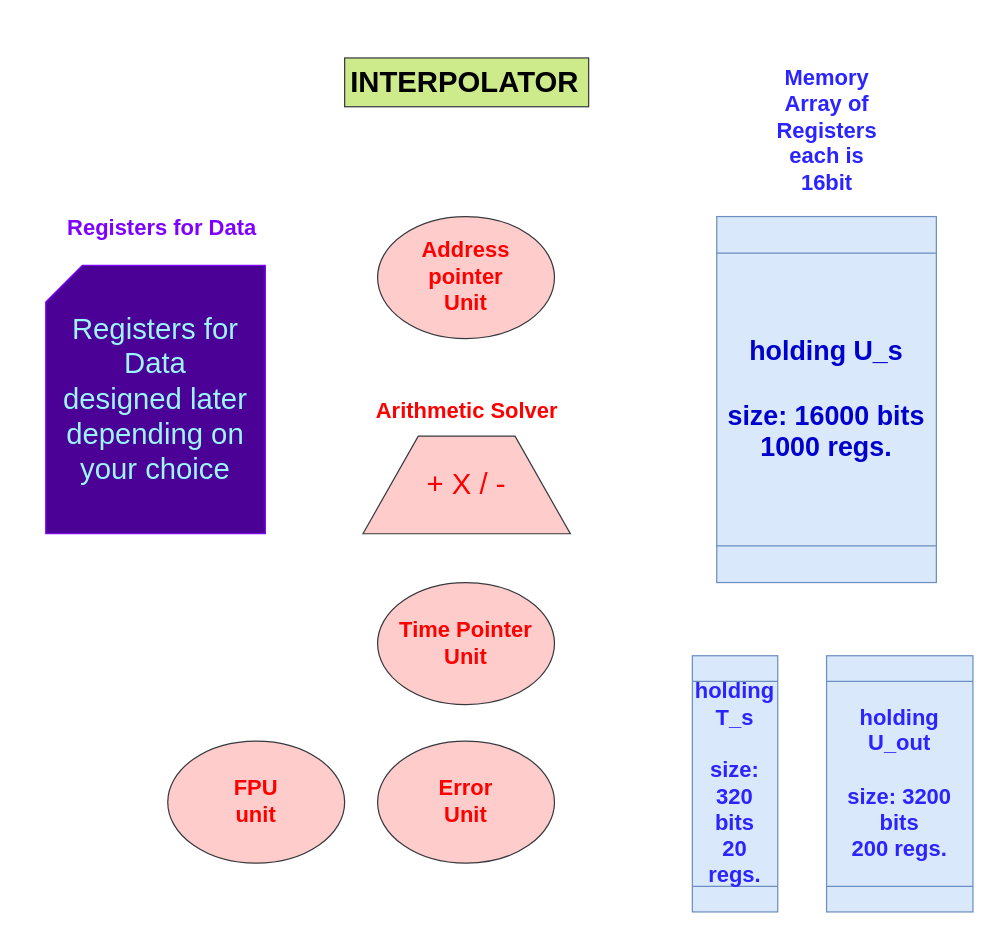
The draw.io diagram page "Page-1" (1 of 3) of 3 modules.drawio in mido3ds/ode-solver-chip, before the edit. Source tidied: cells renumbered, new cells numbered last; positions are measured from the earlier drawing's top-left corner, leaving out a move shared by most shapes. Both pictures are drawn from the tidied source at 122%, with x=0, y=0 at pixel (45, 57).
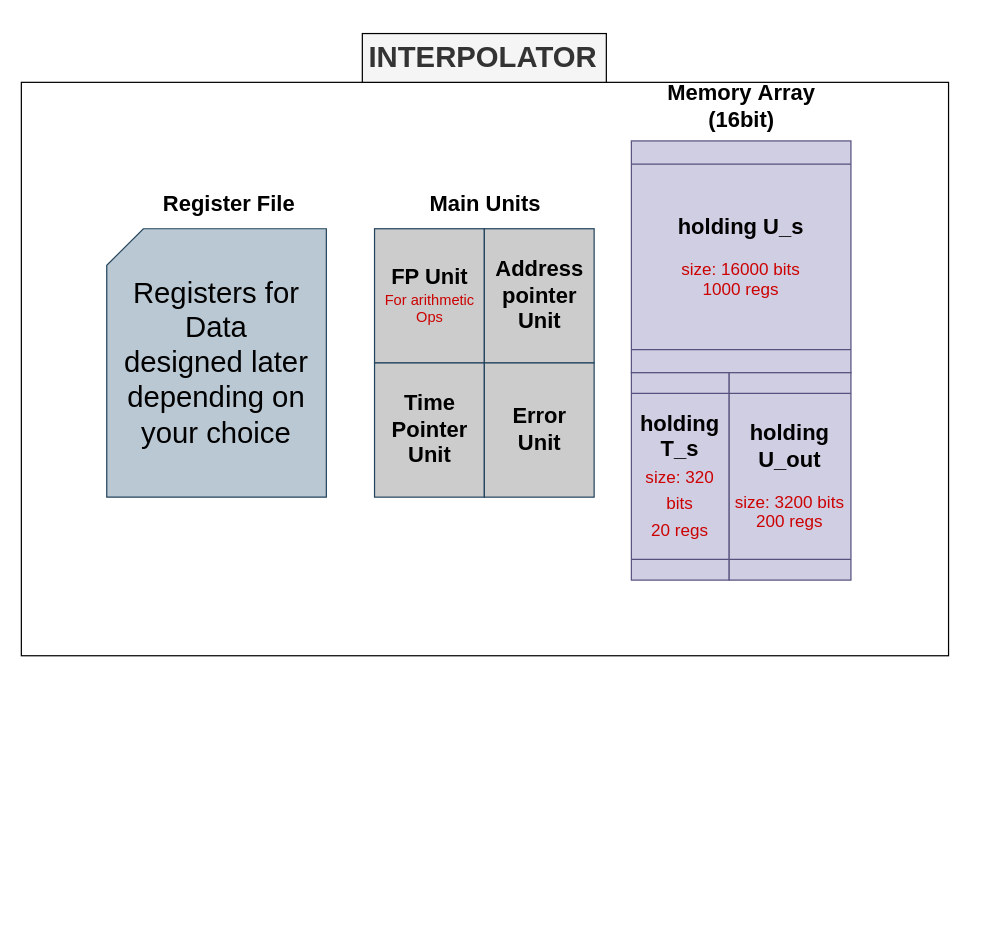
The same page after the edit.

The edit, as a diff of the source:
```diff
@@
 <mxGraphModel>
   <root>
     <mxCell id="0" />
     <mxCell id="1" parent="0" />
+    <mxCell id="16" style="rounded=0;whiteSpace=wrap;html=1;shadow=0;fillColor=none;" parent="1" vertex="1">
+      <mxGeometry x="-20" y="20" width="760" height="470" as="geometry" />
+    </mxCell>
-    <mxCell id="2" value="&lt;h1&gt;INTERPOLATOR&lt;/h1&gt;" style="text;html=1;strokeColor=#36393d;fillColor=#cdeb8b;spacing=5;spacingTop=-20;whiteSpace=wrap;overflow=hidden;rounded=0;fontStyle=1;" parent="1" vertex="1">
-      <mxGeometry x="245" width="200" height="40" as="geometry" />
+    <mxCell id="2" value="&lt;h1&gt;INTERPOLATOR&lt;/h1&gt;" style="text;html=1;spacing=5;spacingTop=-20;whiteSpace=wrap;overflow=hidden;rounded=0;fontStyle=1;fillColor=#f5f5f5;strokeColor=#000000;fontColor=#333333;" parent="1" vertex="1">
+      <mxGeometry x="259.5" y="-20" width="200" height="40" as="geometry" />
     </mxCell>
-    <mxCell id="3" value="&lt;span style=&quot;color: rgb(0 , 0 , 204) ; font-size: 22px&quot;&gt;holding U_s&lt;br&gt;&lt;br&gt;size: 16000 bits&lt;br&gt;1000 regs.&lt;br&gt;&lt;/span&gt;" style="shape=process;whiteSpace=wrap;html=1;backgroundOutline=1;direction=south;fillColor=#dae8fc;strokeColor=#6c8ebf;fontStyle=1;" parent="1" vertex="1">
-      <mxGeometry x="550" y="130" width="180" height="300" as="geometry" />
+    <mxCell id="3" value="&lt;font style=&quot;font-size: 18px&quot;&gt;holding U_s&lt;/font&gt;&lt;br&gt;&lt;br&gt;&lt;span style=&quot;font-size: 14px ; font-weight: normal&quot;&gt;&lt;font color=&quot;#cc0000&quot;&gt;size: 16000 bits&lt;br&gt;1000 regs&lt;/font&gt;&lt;/span&gt;" style="shape=process;whiteSpace=wrap;html=1;backgroundOutline=1;direction=south;fillColor=#d0cee2;strokeColor=#56517e;fontStyle=1;" parent="1" vertex="1">
+      <mxGeometry x="480" y="68" width="180" height="190" as="geometry" />
     </mxCell>
-    <mxCell id="4" value="&lt;font style=&quot;font-size: 18px&quot;&gt;&lt;font color=&quot;#2b24ff&quot;&gt;Memory&lt;br&gt;&lt;/font&gt;&lt;span style=&quot;color: rgb(43 , 36 , 255) ; white-space: normal&quot;&gt;Array of&lt;/span&gt;&lt;br style=&quot;color: rgb(43 , 36 , 255) ; white-space: normal&quot;&gt;&lt;span style=&quot;color: rgb(43 , 36 , 255) ; white-space: normal&quot;&gt;Registers&lt;/span&gt;&lt;br style=&quot;color: rgb(43 , 36 , 255) ; white-space: normal&quot;&gt;&lt;span style=&quot;color: rgb(43 , 36 , 255) ; white-space: normal&quot;&gt;each is 16bit&lt;/span&gt;&lt;/font&gt;" style="text;html=1;align=center;verticalAlign=middle;fontStyle=1;" parent="1" vertex="1">
-      <mxGeometry x="580" y="25" width="120" height="70" as="geometry" />
+    <mxCell id="4" value="&lt;font style=&quot;font-size: 18px&quot;&gt;Memory&amp;nbsp;&lt;span style=&quot;white-space: normal&quot;&gt;Array (&lt;/span&gt;&lt;span style=&quot;white-space: normal&quot;&gt;16bit)&lt;/span&gt;&lt;/font&gt;" style="text;html=1;align=center;verticalAlign=middle;fontStyle=1;" parent="1" vertex="1">
+      <mxGeometry x="470" y="30" width="200" height="20" as="geometry" />
     </mxCell>
-    <mxCell id="5" value="&lt;font style=&quot;font-size: 24px ; font-weight: normal&quot; color=&quot;#ff0000&quot;&gt;+ X / -&lt;/font&gt;" style="shape=trapezoid;perimeter=trapezoidPerimeter;whiteSpace=wrap;html=1;size=0.26666666666666666;fillColor=#ffcccc;strokeColor=#36393d;fontStyle=1;" parent="1" vertex="1">
-      <mxGeometry x="260" y="310" width="170" height="80" as="geometry" />
-    </mxCell>
-    <mxCell id="6" value="&lt;font style=&quot;font-size: 18px&quot; color=&quot;#ff0000&quot;&gt;Arithmetic Solver&lt;/font&gt;" style="text;html=1;align=center;verticalAlign=middle;fontStyle=1;" parent="1" vertex="1">
-      <mxGeometry x="265" y="280" width="160" height="20" as="geometry" />
-    </mxCell>
-    <mxCell id="7" value="&lt;font style=&quot;font-size: 18px&quot; color=&quot;#7f00ff&quot;&gt;Registers for Data&lt;/font&gt;" style="text;html=1;align=center;verticalAlign=middle;fontStyle=1;" parent="1" vertex="1">
-      <mxGeometry x="10" y="130" width="170" height="20" as="geometry" />
+    <mxCell id="7" value="&lt;font style=&quot;font-size: 18px&quot;&gt;Register File&lt;/font&gt;" style="text;html=1;align=center;verticalAlign=middle;fontStyle=1;" parent="1" vertex="1">
+      <mxGeometry x="90" y="110" width="120" height="20" as="geometry" />
     </mxCell>
-    <mxCell id="8" value="&lt;font style=&quot;font-size: 18px&quot; color=&quot;#2b24ff&quot;&gt;holding U_out&lt;br&gt;&lt;br&gt;size: 3200 bits&lt;br&gt;200 regs.&lt;br&gt;&lt;/font&gt;" style="shape=process;whiteSpace=wrap;html=1;backgroundOutline=1;direction=south;fillColor=#dae8fc;strokeColor=#6c8ebf;fontStyle=1;" parent="1" vertex="1">
-      <mxGeometry x="640" y="490" width="120" height="210" as="geometry" />
+    <mxCell id="8" value="&lt;font&gt;&lt;font style=&quot;font-size: 18px&quot;&gt;holding U_out&lt;/font&gt;&lt;br&gt;&lt;br&gt;&lt;font color=&quot;#cc0000&quot; style=&quot;font-size: 14px ; font-weight: normal&quot;&gt;size: 3200 bits&lt;br&gt;200 regs&lt;/font&gt;&lt;br&gt;&lt;/font&gt;" style="shape=process;whiteSpace=wrap;html=1;backgroundOutline=1;direction=south;fillColor=#d0cee2;strokeColor=#56517e;fontStyle=1;" parent="1" vertex="1">
+      <mxGeometry x="560" y="258" width="100" height="170" as="geometry" />
     </mxCell>
-    <mxCell id="9" style="edgeStyle=orthogonalEdgeStyle;rounded=0;orthogonalLoop=1;jettySize=auto;html=1;exitX=0.5;exitY=1;exitDx=0;exitDy=0;fontStyle=1;" parent="1" edge="1" source="5" target="5">
-      <mxGeometry relative="1" as="geometry" />
+    <mxCell id="9" style="edgeStyle=orthogonalEdgeStyle;rounded=0;orthogonalLoop=1;jettySize=auto;html=1;exitX=0.5;exitY=1;exitDx=0;exitDy=0;fontStyle=1;" parent="1" edge="1">
+      <mxGeometry relative="1" as="geometry">
+        <mxPoint x="344.5" y="390" as="sourcePoint" />
+        <mxPoint x="344.5" y="390" as="targetPoint" />
+      </mxGeometry>
     </mxCell>
+    <mxCell id="11" value="&lt;font style=&quot;font-size: 18px&quot;&gt;&lt;span&gt;holding T_s&lt;br&gt;&lt;font color=&quot;#cc0000&quot; style=&quot;font-weight: normal ; font-size: 14px&quot;&gt;size: 320&lt;br&gt;bits&lt;br&gt;20 regs&lt;/font&gt;&lt;/span&gt;&lt;br&gt;&lt;/font&gt;" style="shape=process;whiteSpace=wrap;html=1;backgroundOutline=1;direction=south;fillColor=#d0cee2;strokeColor=#56517e;fontStyle=1;" parent="1" vertex="1">
+      <mxGeometry x="480" y="258" width="80" height="170" as="geometry" />
+    </mxCell>
+    <mxCell id="13" value="&lt;font&gt;&lt;font style=&quot;font-size: 24px&quot;&gt;Registers for Data&lt;br&gt;designed later&lt;br&gt;depending on your choice&lt;/font&gt;&lt;br&gt;&lt;/font&gt;" style="shape=card;whiteSpace=wrap;html=1;strokeColor=#23445d;fillColor=#bac8d3;" parent="1" vertex="1">
+      <mxGeometry x="50" y="140" width="180" height="220" as="geometry" />
+    </mxCell>
+    <mxCell id="17" value="&lt;b style=&quot;font-size: 18px&quot;&gt;FP Unit&lt;/b&gt;&lt;br&gt;&lt;font style=&quot;font-size: 12px&quot; color=&quot;#cc0000&quot;&gt;For arithmetic Ops&lt;/font&gt;" style="rounded=0;whiteSpace=wrap;html=1;shadow=0;fillColor=#CCCCCC;strokeColor=#23445d;" parent="1" vertex="1">
+      <mxGeometry x="269.5" y="140" width="90" height="110" as="geometry" />
+    </mxCell>
+    <mxCell id="12" value="&lt;span style=&quot;font-size: 18px ; font-weight: 700&quot;&gt;Time Pointer&lt;/span&gt;&lt;br style=&quot;font-size: 18px ; font-weight: 700&quot;&gt;&lt;span style=&quot;font-size: 18px ; font-weight: 700&quot;&gt;Unit&lt;/span&gt;" style="rounded=0;whiteSpace=wrap;html=1;shadow=0;fillColor=#CCCCCC;strokeColor=#23445d;" parent="1" vertex="1">
+      <mxGeometry x="269.5" y="250" width="90" height="110" as="geometry" />
+    </mxCell>
-    <mxCell id="10" value="&lt;font style=&quot;font-size: 18px&quot;&gt;&lt;font color=&quot;#ff0000&quot;&gt;Address&lt;br&gt;pointer&lt;br&gt;Unit&lt;/font&gt;&lt;br&gt;&lt;/font&gt;" style="ellipse;whiteSpace=wrap;html=1;strokeColor=#36393d;fillColor=#ffcccc;fontStyle=1;" parent="1" vertex="1">
-      <mxGeometry x="272" y="130" width="145" height="100" as="geometry" />
+    <mxCell id="10" value="&lt;span style=&quot;font-size: 18px ; font-weight: 700&quot;&gt;Address&lt;/span&gt;&lt;br style=&quot;font-size: 18px ; font-weight: 700&quot;&gt;&lt;span style=&quot;font-size: 18px ; font-weight: 700&quot;&gt;pointer&lt;/span&gt;&lt;br style=&quot;font-size: 18px ; font-weight: 700&quot;&gt;&lt;span style=&quot;font-size: 18px ; font-weight: 700&quot;&gt;Unit&lt;/span&gt;" style="rounded=0;whiteSpace=wrap;html=1;shadow=0;fillColor=#CCCCCC;strokeColor=#23445d;" parent="1" vertex="1">
+      <mxGeometry x="359.5" y="140" width="90" height="110" as="geometry" />
     </mxCell>
-    <mxCell id="11" value="&lt;font style=&quot;font-size: 18px&quot; color=&quot;#2b24ff&quot;&gt;holding T_s&lt;br&gt;&lt;br&gt;size: 320&lt;br&gt;bits&lt;br&gt;20 regs.&lt;br&gt;&lt;/font&gt;" style="shape=process;whiteSpace=wrap;html=1;backgroundOutline=1;direction=south;fillColor=#dae8fc;strokeColor=#6c8ebf;fontStyle=1;" parent="1" vertex="1">
-      <mxGeometry x="530" y="490" width="70" height="210" as="geometry" />
-    </mxCell>
-    <mxCell id="12" value="&lt;font style=&quot;font-size: 18px&quot;&gt;&lt;font color=&quot;#ff0000&quot;&gt;Time Pointer&lt;br&gt;Unit&lt;/font&gt;&lt;br&gt;&lt;/font&gt;" style="ellipse;whiteSpace=wrap;html=1;strokeColor=#36393d;fillColor=#ffcccc;fontStyle=1;" parent="1" vertex="1">
-      <mxGeometry x="272" y="430" width="145" height="100" as="geometry" />
-    </mxCell>
-    <mxCell id="13" value="&lt;font&gt;&lt;font style=&quot;font-size: 24px&quot;&gt;Registers for Data&lt;br&gt;designed later&lt;br&gt;depending on your choice&lt;/font&gt;&lt;br&gt;&lt;/font&gt;" style="shape=card;whiteSpace=wrap;html=1;strokeColor=#7F00FF;fillColor=#4B0096;fontColor=#9CF5FF;" parent="1" vertex="1">
-      <mxGeometry y="170" width="180" height="220" as="geometry" />
-    </mxCell>
-    <mxCell id="14" value="&lt;font style=&quot;font-size: 18px&quot;&gt;&lt;font color=&quot;#ff0000&quot;&gt;Error&lt;br&gt;Unit&lt;/font&gt;&lt;br&gt;&lt;/font&gt;" style="ellipse;whiteSpace=wrap;html=1;strokeColor=#36393d;fillColor=#ffcccc;fontStyle=1;" parent="1" vertex="1">
-      <mxGeometry x="272" y="560" width="145" height="100" as="geometry" />
+    <mxCell id="14" value="&lt;span style=&quot;font-size: 18px ; font-weight: 700&quot;&gt;Error&lt;/span&gt;&lt;br style=&quot;font-size: 18px ; font-weight: 700&quot;&gt;&lt;span style=&quot;font-size: 18px ; font-weight: 700&quot;&gt;Unit&lt;/span&gt;" style="rounded=0;whiteSpace=wrap;html=1;shadow=0;fillColor=#CCCCCC;strokeColor=#23445d;" parent="1" vertex="1">
+      <mxGeometry x="359.5" y="250" width="90" height="110" as="geometry" />
     </mxCell>
-    <mxCell id="15" value="&lt;font style=&quot;font-size: 18px&quot;&gt;&lt;font color=&quot;#ff0000&quot;&gt;FPU&lt;br&gt;unit&lt;/font&gt;&lt;br&gt;&lt;/font&gt;" style="ellipse;whiteSpace=wrap;html=1;strokeColor=#36393d;fillColor=#ffcccc;fontStyle=1;" parent="1" vertex="1">
-      <mxGeometry x="100" y="560" width="145" height="100" as="geometry" />
-    </mxCell>
+    <mxCell id="18" value="&lt;font style=&quot;font-size: 18px&quot;&gt;Main Units&lt;/font&gt;" style="text;html=1;align=center;verticalAlign=middle;fontStyle=1;" parent="1" vertex="1">
+      <mxGeometry x="305" y="110" width="110" height="20" as="geometry" />
+    </mxCell>
   </root>
 </mxGraphModel>
```
